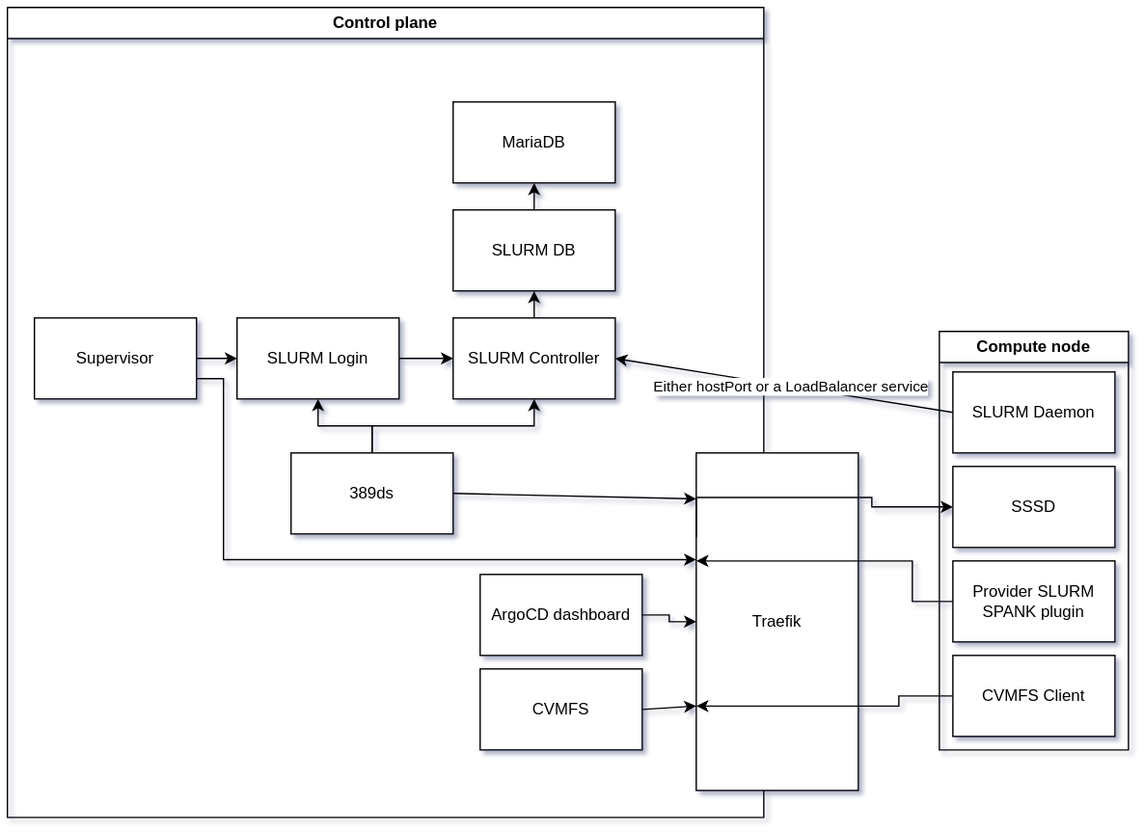
Before: docs/docs/03-deepsquare-grid/10-join-the-grid/20-clusterfactory/10-overview.assets/architecture-cf-de-Page-5.drawio.svg, a diagram exported from draw.io (deepsquare-io/grid). Source tidied: cells renumbered, new cells last; positions are measured from the earlier drawing's top-left corner, leaving out a move shared by most shapes. Its diagram source:
```xml
<mxGraphModel>
  <root>
    <mxCell id="0" />
    <mxCell id="1" parent="0" />
    <mxCell id="2" value="Control plane" style="swimlane;whiteSpace=wrap;html=1;" parent="1" vertex="1">
      <mxGeometry width="560" height="600" as="geometry" />
    </mxCell>
    <mxCell id="3" value="MariaDB" style="rounded=0;whiteSpace=wrap;html=1;" parent="2" vertex="1">
      <mxGeometry x="330" y="70" width="120" height="60" as="geometry" />
    </mxCell>
    <mxCell id="4" style="edgeStyle=orthogonalEdgeStyle;rounded=0;jettySize=auto;html=1;exitX=0.5;exitY=0;exitDx=0;exitDy=0;entryX=0.5;entryY=1;entryDx=0;entryDy=0;" parent="2" edge="1" source="5" target="3">
      <mxGeometry relative="1" as="geometry" />
    </mxCell>
    <mxCell id="5" value="SLURM DB" style="rounded=0;whiteSpace=wrap;html=1;" parent="2" vertex="1">
      <mxGeometry x="330" y="150" width="120" height="60" as="geometry" />
    </mxCell>
    <mxCell id="6" style="edgeStyle=orthogonalEdgeStyle;rounded=0;jettySize=auto;html=1;exitX=0.5;exitY=0;exitDx=0;exitDy=0;entryX=0.5;entryY=1;entryDx=0;entryDy=0;" parent="2" edge="1" source="7" target="5">
      <mxGeometry relative="1" as="geometry" />
    </mxCell>
    <mxCell id="7" value="SLURM Controller" style="rounded=0;whiteSpace=wrap;html=1;" parent="2" vertex="1">
      <mxGeometry x="330" y="230" width="120" height="60" as="geometry" />
    </mxCell>
    <mxCell id="8" style="edgeStyle=orthogonalEdgeStyle;rounded=0;jettySize=auto;html=1;exitX=1;exitY=0.5;exitDx=0;exitDy=0;entryX=0;entryY=0.5;entryDx=0;entryDy=0;" parent="2" edge="1" source="9" target="7">
      <mxGeometry relative="1" as="geometry" />
    </mxCell>
    <mxCell id="9" value="SLURM Login" style="rounded=0;whiteSpace=wrap;html=1;" parent="2" vertex="1">
      <mxGeometry x="170" y="230" width="120" height="60" as="geometry" />
    </mxCell>
    <mxCell id="10" style="edgeStyle=orthogonalEdgeStyle;rounded=0;jettySize=auto;html=1;entryX=0.5;entryY=1;entryDx=0;entryDy=0;exitX=0.5;exitY=0;exitDx=0;exitDy=0;" parent="2" edge="1" source="12" target="9">
      <mxGeometry relative="1" as="geometry" />
    </mxCell>
    <mxCell id="11" style="edgeStyle=orthogonalEdgeStyle;rounded=0;jettySize=auto;html=1;exitX=0.5;exitY=0;exitDx=0;exitDy=0;entryX=0.5;entryY=1;entryDx=0;entryDy=0;" parent="2" edge="1" source="12" target="7">
      <mxGeometry relative="1" as="geometry" />
    </mxCell>
    <mxCell id="12" value="389ds" style="rounded=0;whiteSpace=wrap;html=1;" parent="2" vertex="1">
      <mxGeometry x="210" y="330" width="120" height="60" as="geometry" />
    </mxCell>
    <mxCell id="13" value="Supervisor" style="rounded=0;whiteSpace=wrap;html=1;" parent="2" vertex="1">
      <mxGeometry x="20" y="230" width="120" height="60" as="geometry" />
    </mxCell>
    <mxCell id="14" style="edgeStyle=orthogonalEdgeStyle;rounded=0;jettySize=auto;html=1;exitX=1;exitY=0.5;exitDx=0;exitDy=0;entryX=0;entryY=0.5;entryDx=0;entryDy=0;" parent="2" edge="1" source="13" target="9">
      <mxGeometry relative="1" as="geometry" />
    </mxCell>
    <mxCell id="15" value="CVMFS" style="rounded=0;whiteSpace=wrap;html=1;" parent="2" vertex="1">
      <mxGeometry x="350" y="490" width="120" height="60" as="geometry" />
    </mxCell>
    <mxCell id="16" value="ArgoCD dashboard" style="rounded=0;whiteSpace=wrap;html=1;" parent="2" vertex="1">
      <mxGeometry x="350" y="420" width="120" height="60" as="geometry" />
    </mxCell>
    <mxCell id="17" style="rounded=0;jettySize=auto;html=1;exitX=0;exitY=0.5;exitDx=0;exitDy=0;entryX=1;entryY=0.5;entryDx=0;entryDy=0;" parent="1" edge="1" source="21" target="7">
      <mxGeometry relative="1" as="geometry" />
    </mxCell>
    <mxCell id="18" value="Either hostPort or a LoadBalancer service" style="edgeLabel;html=1;align=center;verticalAlign=middle;" parent="17" vertex="1">
      <mxGeometry x="-0.31" y="1" relative="1" as="geometry">
        <mxPoint x="-34" y="-7" as="offset" />
      </mxGeometry>
    </mxCell>
    <mxCell id="19" value="Compute node" style="swimlane;whiteSpace=wrap;html=1;" parent="1" vertex="1">
      <mxGeometry x="690" y="240" width="140" height="310" as="geometry" />
    </mxCell>
    <mxCell id="20" value="SSSD" style="rounded=0;whiteSpace=wrap;html=1;" parent="19" vertex="1">
      <mxGeometry x="10" y="100" width="120" height="60" as="geometry" />
    </mxCell>
    <mxCell id="21" value="SLURM Daemon" style="rounded=0;whiteSpace=wrap;html=1;" parent="19" vertex="1">
      <mxGeometry x="10" y="30" width="120" height="60" as="geometry" />
    </mxCell>
    <mxCell id="22" value="Provider SLURM SPANK plugin" style="rounded=0;whiteSpace=wrap;html=1;" parent="19" vertex="1">
      <mxGeometry x="10" y="170" width="120" height="60" as="geometry" />
    </mxCell>
    <mxCell id="23" value="CVMFS Client" style="rounded=0;whiteSpace=wrap;html=1;" parent="19" vertex="1">
      <mxGeometry x="10" y="240" width="120" height="60" as="geometry" />
    </mxCell>
    <mxCell id="24" value="Traefik" style="rounded=0;whiteSpace=wrap;html=1;" parent="1" vertex="1">
      <mxGeometry x="510" y="330" width="120" height="250" as="geometry" />
    </mxCell>
    <mxCell id="25" style="rounded=0;jettySize=auto;html=1;exitX=1;exitY=0.5;exitDx=0;exitDy=0;entryX=0;entryY=0.136;entryDx=0;entryDy=0;entryPerimeter=0;" parent="1" edge="1" source="12" target="24">
      <mxGeometry relative="1" as="geometry" />
    </mxCell>
    <mxCell id="26" style="rounded=0;jettySize=auto;html=1;exitX=1;exitY=0.5;exitDx=0;exitDy=0;entryX=0;entryY=0.75;entryDx=0;entryDy=0;" parent="1" edge="1" source="15" target="24">
      <mxGeometry relative="1" as="geometry" />
    </mxCell>
    <mxCell id="27" style="edgeStyle=orthogonalEdgeStyle;rounded=0;jettySize=auto;html=1;exitX=0;exitY=0.25;exitDx=0;exitDy=0;entryX=0;entryY=0.5;entryDx=0;entryDy=0;" parent="1" edge="1" source="24" target="20">
      <mxGeometry relative="1" as="geometry">
        <Array as="points">
          <mxPoint x="640" y="363" />
          <mxPoint x="640" y="370" />
        </Array>
      </mxGeometry>
    </mxCell>
    <mxCell id="28" style="edgeStyle=orthogonalEdgeStyle;rounded=0;jettySize=auto;html=1;exitX=0;exitY=0.5;exitDx=0;exitDy=0;" parent="1" edge="1" source="22">
      <mxGeometry relative="1" as="geometry">
        <mxPoint x="510" y="410" as="targetPoint" />
        <Array as="points">
          <mxPoint x="670" y="440" />
          <mxPoint x="670" y="410" />
          <mxPoint x="510" y="410" />
        </Array>
      </mxGeometry>
    </mxCell>
    <mxCell id="29" style="edgeStyle=orthogonalEdgeStyle;rounded=0;jettySize=auto;html=1;exitX=0;exitY=0.5;exitDx=0;exitDy=0;entryX=0;entryY=0.75;entryDx=0;entryDy=0;" parent="1" edge="1" source="23" target="24">
      <mxGeometry relative="1" as="geometry">
        <Array as="points">
          <mxPoint x="660" y="510" />
          <mxPoint x="660" y="518" />
        </Array>
      </mxGeometry>
    </mxCell>
    <mxCell id="30" style="edgeStyle=orthogonalEdgeStyle;rounded=0;jettySize=auto;html=1;exitX=1;exitY=0.75;exitDx=0;exitDy=0;entryX=0;entryY=0.316;entryDx=0;entryDy=0;entryPerimeter=0;" parent="1" edge="1" source="13" target="24">
      <mxGeometry relative="1" as="geometry">
        <Array as="points">
          <mxPoint x="160" y="275" />
          <mxPoint x="160" y="409" />
        </Array>
      </mxGeometry>
    </mxCell>
    <mxCell id="31" style="edgeStyle=orthogonalEdgeStyle;rounded=0;jettySize=auto;html=1;" parent="1" edge="1" source="16" target="24">
      <mxGeometry relative="1" as="geometry" />
    </mxCell>
  </root>
</mxGraphModel>
```
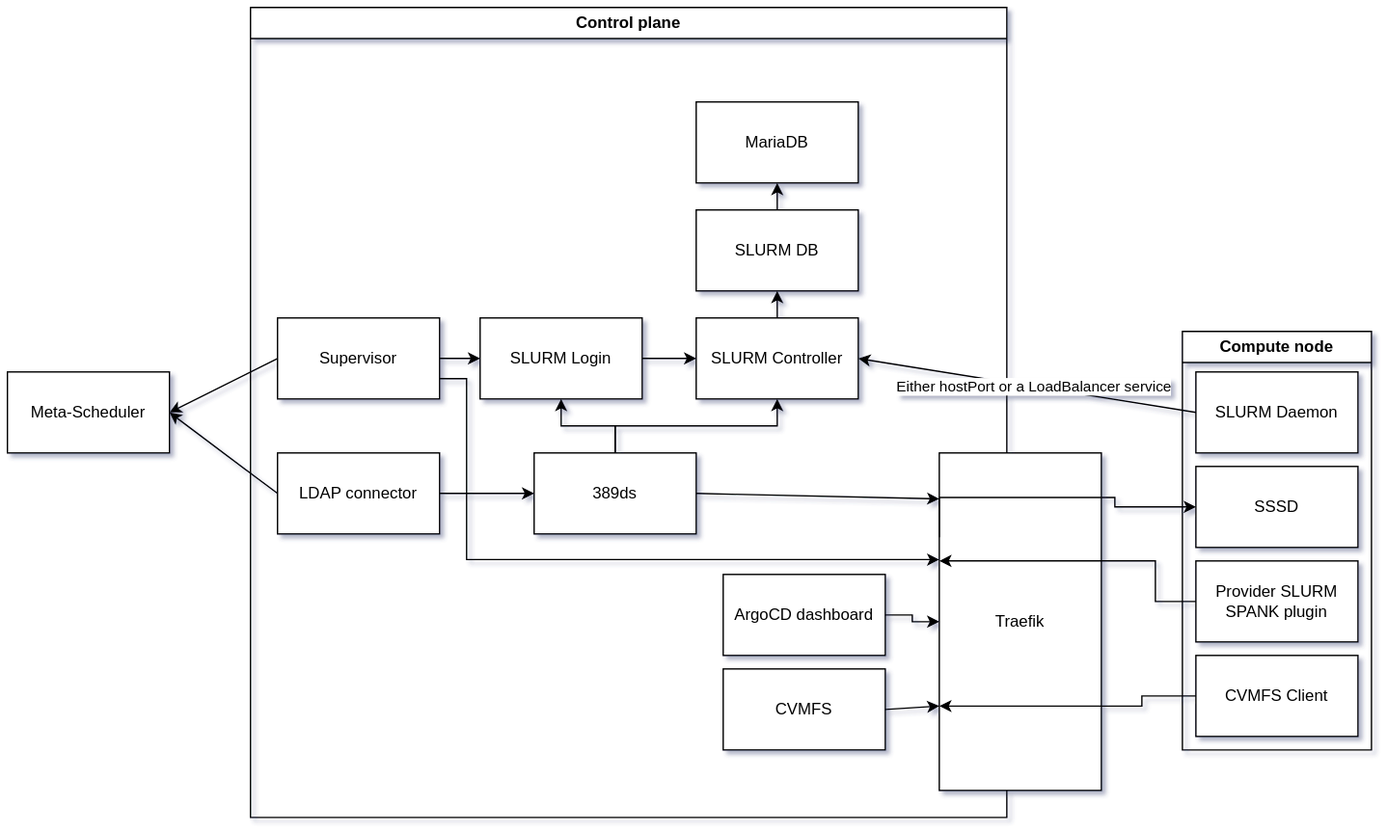
The same file after the commit.

Commit message:
docs(deploy-deepsquare): forgot deepsquare users

What changed in the source:
```diff
@@ -47,6 +47,12 @@
     <mxCell id="16" value="ArgoCD dashboard" style="rounded=0;whiteSpace=wrap;html=1;" parent="2" vertex="1">
       <mxGeometry x="350" y="420" width="120" height="60" as="geometry" />
     </mxCell>
+    <mxCell id="32" style="edgeStyle=orthogonalEdgeStyle;rounded=0;jettySize=auto;html=1;exitX=1;exitY=0.5;exitDx=0;exitDy=0;" parent="2" edge="1" source="33" target="12">
+      <mxGeometry relative="1" as="geometry" />
+    </mxCell>
+    <mxCell id="33" value="LDAP connector" style="rounded=0;whiteSpace=wrap;html=1;" parent="2" vertex="1">
+      <mxGeometry x="20" y="330" width="120" height="60" as="geometry" />
+    </mxCell>
     <mxCell id="17" style="rounded=0;jettySize=auto;html=1;exitX=0;exitY=0.5;exitDx=0;exitDy=0;entryX=1;entryY=0.5;entryDx=0;entryDy=0;" parent="1" edge="1" source="21" target="7">
       <mxGeometry relative="1" as="geometry" />
     </mxCell>
@@ -116,5 +122,14 @@
     <mxCell id="31" style="edgeStyle=orthogonalEdgeStyle;rounded=0;jettySize=auto;html=1;" parent="1" edge="1" source="16" target="24">
       <mxGeometry relative="1" as="geometry" />
     </mxCell>
+    <mxCell id="34" value="Meta-Scheduler" style="rounded=0;whiteSpace=wrap;html=1;" parent="1" vertex="1">
+      <mxGeometry x="-180" y="270" width="120" height="60" as="geometry" />
+    </mxCell>
+    <mxCell id="35" style="rounded=0;jettySize=auto;html=1;exitX=0;exitY=0.5;exitDx=0;exitDy=0;entryX=1;entryY=0.5;entryDx=0;entryDy=0;" parent="1" edge="1" source="13" target="34">
+      <mxGeometry relative="1" as="geometry" />
+    </mxCell>
+    <mxCell id="36" style="rounded=0;jettySize=auto;html=1;exitX=0;exitY=0.5;exitDx=0;exitDy=0;entryX=1;entryY=0.5;entryDx=0;entryDy=0;" parent="1" edge="1" source="33" target="34">
+      <mxGeometry relative="1" as="geometry" />
+    </mxCell>
   </root>
 </mxGraphModel>
```
